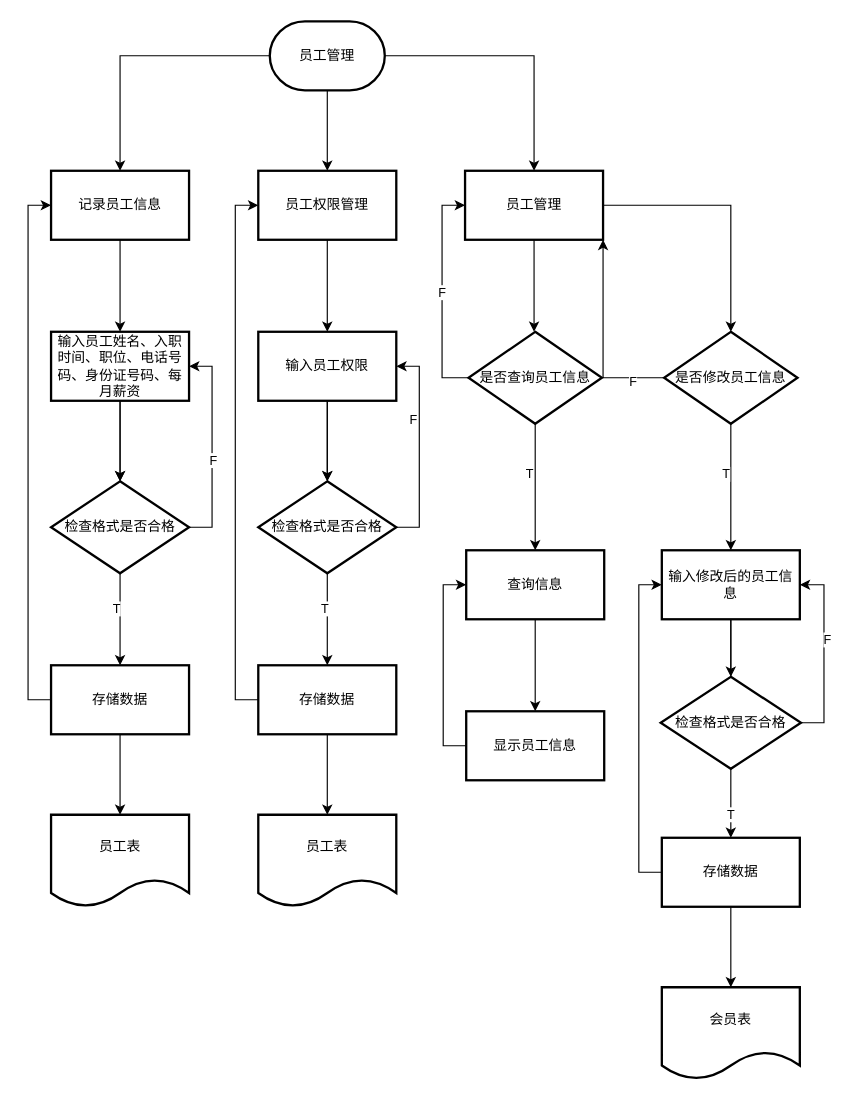
Software-Engineering-Group-sophomore/SDUWH-2023-SE_DS_Work2 keeps this draw.io diagram as page "员工管理" (4 of 4) of 过程设计/功能流程图.drawio. Above is the earlier version. Source tidied: cells renumbered, new cells numbered last; positions are measured from the earlier drawing's top-left corner, leaving out a move shared by most shapes. Both pictures are drawn from the tidied source at 115%, with x=0, y=0 at pixel (51, 21).
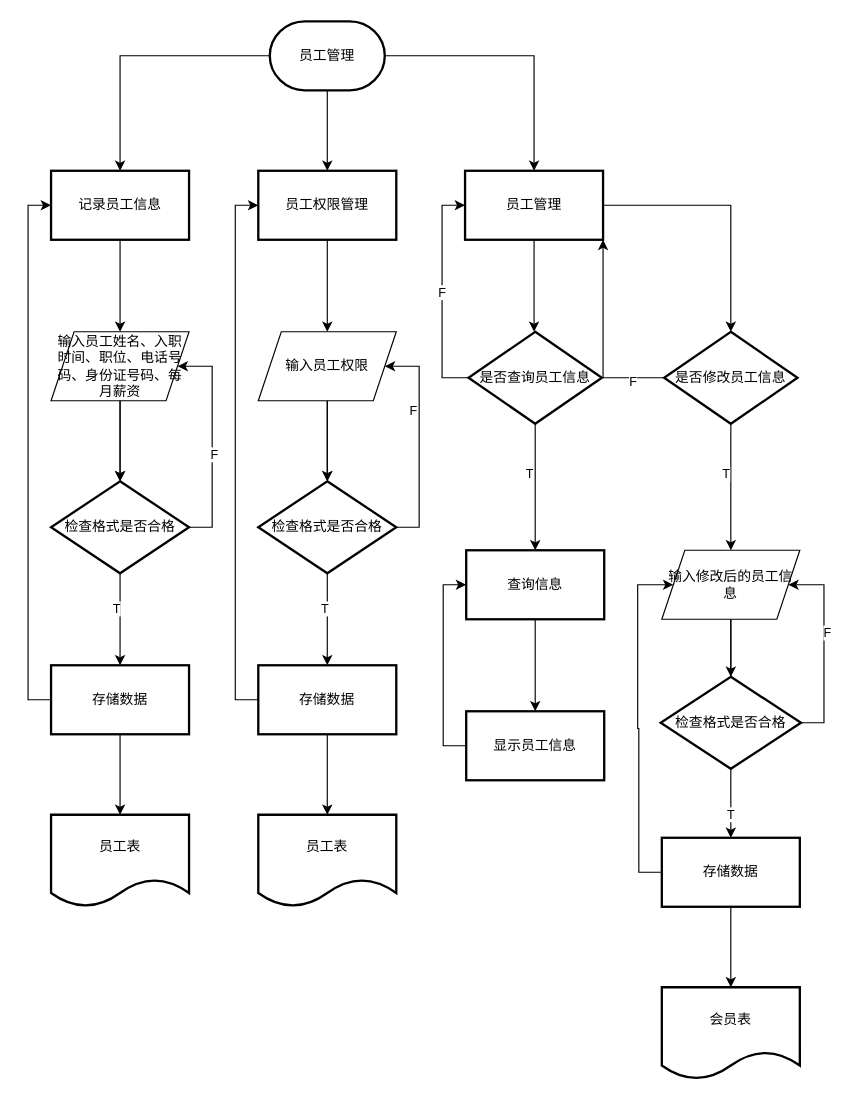
After the change.

The change refers to these unchanged cells:
```xml
<mxCell id="20" value="检查格式是否合格" style="rhombus;whiteSpace=wrap;html=1;strokeWidth=2;" parent="1" vertex="1">
  <mxGeometry x="-0.1" y="400" width="120" height="80" as="geometry" />
</mxCell>
<mxCell id="33" value="检查格式是否合格" style="rhombus;whiteSpace=wrap;html=1;strokeWidth=2;" parent="1" vertex="1">
  <mxGeometry x="180.1" y="400" width="120" height="80" as="geometry" />
</mxCell>
<mxCell id="56" value="存储数据" style="whiteSpace=wrap;html=1;strokeWidth=2;" parent="1" vertex="1">
  <mxGeometry x="531" y="710" width="120" height="60" as="geometry" />
</mxCell>
<mxCell id="60" value="检查格式是否合格" style="rhombus;whiteSpace=wrap;html=1;strokeWidth=2;" parent="1" vertex="1">
  <mxGeometry x="530" y="570" width="122" height="80" as="geometry" />
</mxCell>
```

What changed in the source:
```diff
@@
-    <mxCell id="12" value="输入员工姓名、入职时间、职位、电话号码、身份证号码、每月薪资" style="whiteSpace=wrap;html=1;strokeWidth=2;" parent="1" vertex="1">
+    <mxCell id="12" value="输入员工姓名、入职时间、职位、电话号码、身份证号码、每月薪资" style="shape=parallelogram;perimeter=parallelogramPerimeter;whiteSpace=wrap;html=1;fixedSize=1;" parent="1" vertex="1">
       <mxGeometry x="-0.1" y="270" width="120" height="60" as="geometry" />
     </mxCell>
@@
     <mxCell id="18" style="edgeStyle=orthogonalEdgeStyle;rounded=0;jettySize=auto;html=1;exitX=1;exitY=0.5;exitDx=0;exitDy=0;entryX=1;entryY=0.5;entryDx=0;entryDy=0;" parent="1" edge="1" source="20" target="12">
-      <mxGeometry relative="1" as="geometry" />
+      <mxGeometry relative="1" as="geometry">
+        <Array as="points">
+          <mxPoint x="140" y="440" />
+          <mxPoint x="140" y="300" />
+        </Array>
+      </mxGeometry>
     </mxCell>
@@
-    <mxCell id="26" value="输入员工权限" style="whiteSpace=wrap;html=1;strokeWidth=2;" parent="1" vertex="1">
+    <mxCell id="26" value="输入员工权限" style="shape=parallelogram;perimeter=parallelogramPerimeter;whiteSpace=wrap;html=1;fixedSize=1;" parent="1" vertex="1">
       <mxGeometry x="180.1" y="270" width="120" height="60" as="geometry" />
     </mxCell>
@@
     <mxCell id="31" style="edgeStyle=orthogonalEdgeStyle;rounded=0;jettySize=auto;html=1;exitX=1;exitY=0.5;exitDx=0;exitDy=0;entryX=1;entryY=0.5;entryDx=0;entryDy=0;" parent="1" edge="1" source="33" target="26">
-      <mxGeometry relative="1" as="geometry" />
+      <mxGeometry relative="1" as="geometry">
+        <Array as="points">
+          <mxPoint x="320" y="440" />
+          <mxPoint x="320" y="300" />
+        </Array>
+      </mxGeometry>
     </mxCell>
@@
-    <mxCell id="53" value="输入修改后的员工信息" style="whiteSpace=wrap;html=1;strokeWidth=2;" parent="1" vertex="1">
+    <mxCell id="53" value="输入修改后的员工信息" style="shape=parallelogram;perimeter=parallelogramPerimeter;whiteSpace=wrap;html=1;fixedSize=1;" parent="1" vertex="1">
       <mxGeometry x="531" y="460" width="120" height="60" as="geometry" />
     </mxCell>
@@
     <mxCell id="55" style="edgeStyle=orthogonalEdgeStyle;rounded=0;jettySize=auto;html=1;exitX=0;exitY=0.5;exitDx=0;exitDy=0;entryX=0;entryY=0.5;entryDx=0;entryDy=0;" parent="1" edge="1" source="56" target="53">
-      <mxGeometry relative="1" as="geometry" />
+      <mxGeometry relative="1" as="geometry">
+        <Array as="points">
+          <mxPoint x="511" y="740" />
+          <mxPoint x="511" y="615" />
+          <mxPoint x="510" y="615" />
+          <mxPoint x="510" y="490" />
+        </Array>
+      </mxGeometry>
     </mxCell>
@@
     <mxCell id="58" style="edgeStyle=orthogonalEdgeStyle;rounded=0;jettySize=auto;html=1;exitX=1;exitY=0.5;exitDx=0;exitDy=0;entryX=1;entryY=0.5;entryDx=0;entryDy=0;" parent="1" edge="1" source="60" target="53">
-      <mxGeometry relative="1" as="geometry" />
+      <mxGeometry relative="1" as="geometry">
+        <Array as="points">
+          <mxPoint x="672" y="610" />
+          <mxPoint x="672" y="490" />
+        </Array>
+      </mxGeometry>
     </mxCell>
```
